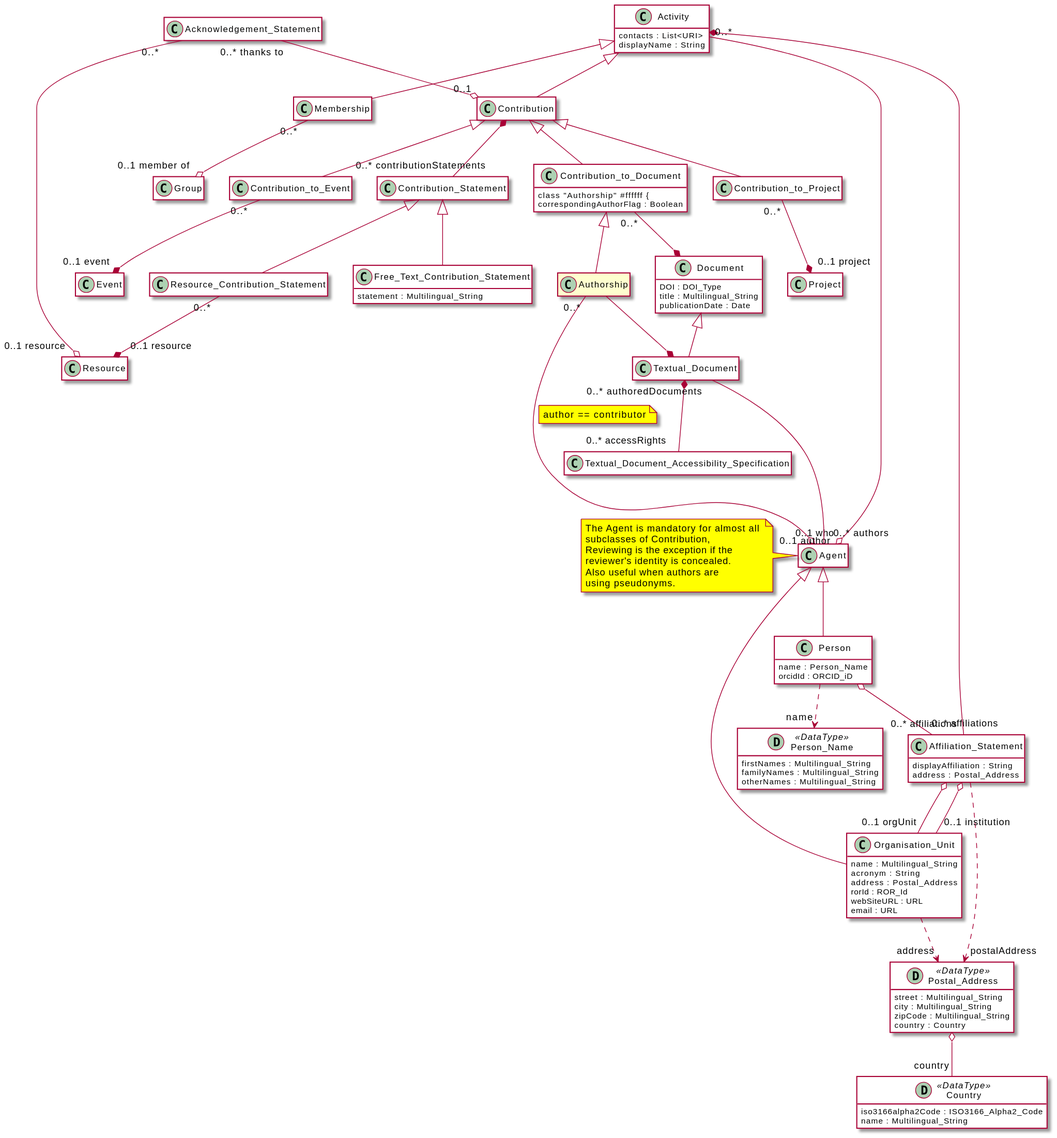
This is diagrams/core.svg from EuroCRIS/CERIF-Core, a PlantUML export, as it was before one commit.
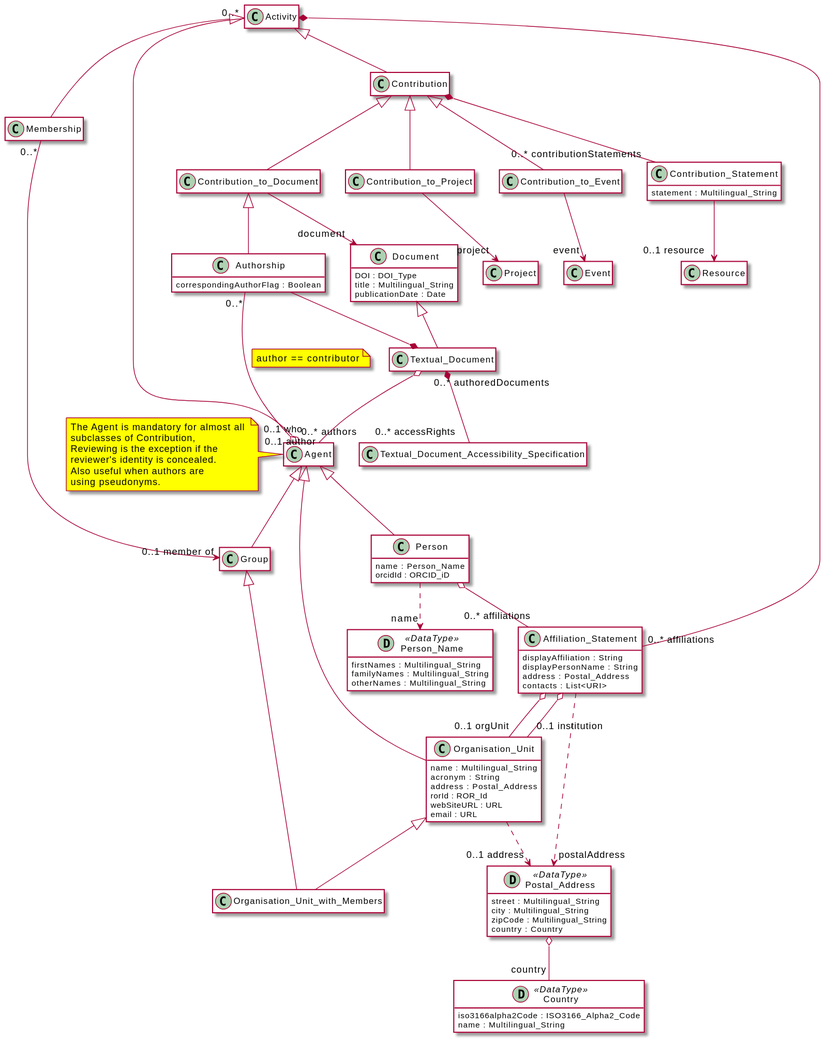
After the commit.

The edit, as a diff of the source:
```diff
@@ -37,31 +37,37 @@
     !endsub
 
    !startsub Person
-    class "Person" #ffffff {
-        name : Person_Name
-        orcidId : ORCID_iD
-    }
+        class "Person" #ffffff {
+            name : Person_Name
+            orcidId : ORCID_iD
+        }
 
-    datatype("Person_Name") {
-        firstNames : Multilingual_String
-        familyNames : Multilingual_String
-        otherNames : Multilingual_String
-    }
+        datatype("Person_Name") {
+            firstNames : Multilingual_String
+            familyNames : Multilingual_String
+            otherNames : Multilingual_String
+        }
     !endsub
 
     !startsub Activity
-    class "Activity" #ffffff {
-        contacts : List<URI>
-        displayName : String
-    }
+        class "Activity" #ffffff {
+        }
     !endsub
 
     !startsub Membership
         class "Membership" #ffffff {
         }
+    !endsub
+
+    !startsub Group
         class "Group" #ffffff {
         }
     !endsub
+
+    !startsub OrgUnitWithMembers
+            class "Organisation_Unit_with_Members" #ffffff {
+            }
+        !endsub
 
     !startsub ContributionToProject
         class "Contribution_to_Project" #ffffff {
@@ -83,17 +89,9 @@
         class "Contribution" #ffffff {
         }
 
-        class "Acknowledgement_Statement" #ffffff {
-        }
 
         class "Contribution_Statement" #ffffff {
-        }
-
-        class "Free_Text_Contribution_Statement" #ffffff {
             statement : Multilingual_String
-        }
-
-        class "Resource_Contribution_Statement" #ffffff {
         }
 
         class "Resource" #ffffff {
@@ -105,6 +103,7 @@
         class "Contribution_to_Document" #ffffff {
         }
     !endsub
+
     !startsub Authorship
         class "Authorship" #ffffff {
             correspondingAuthorFlag : Boolean
@@ -127,104 +126,139 @@
     !startsub AffiliationStatement
         class "Affiliation_Statement" #ffffff {
             displayAffiliation : String
+            displayPersonName : String
             address : Postal_Address
+            contacts : List<URI>
         }
     !endsub AffiliationStatement
 
     !startsub PostalAddress
-    "Postal_Address" o-- "country" "Country"
+        "Postal_Address" o-- "country" "Country"
     !endsub
-    !startsub AffiliationStatement
+
+    !startsub PostalAddress
         "Affiliation_Statement" ..> "postalAddress" "Postal_Address"
     !endsub
+
     !startsub AffiliationStatement
         "Affiliation_Statement" o-- "0..1 orgUnit" "Organisation_Unit"
     !endsub
+
     !startsub AffiliationStatement
         "Affiliation_Statement" o-- "0..1 institution" "Organisation_Unit"
     !endsub
+
     !startsub AffiliationStatement
         "Person" o-- "0..* affiliations" "Affiliation_Statement"
     !endsub
+
     !startsub AffiliationStatement
         "Activity" *-- "0..* affiliations" "Affiliation_Statement"
     !endsub
+
     !startsub Contribution
         "Contribution" *-- "0..* contributionStatements" "Contribution_Statement"
     !endsub
-    !startsub Contribution
-        "Contribution_Statement" <|-- "Free_Text_Contribution_Statement"
+
+    !startsub ContributionToDocument
+        "Contribution_to_Document" --> "document" "Document"
     !endsub
-    !startsub Contribution
-        "Contribution_Statement" <|-- "Resource_Contribution_Statement"
-    !endsub
-    !startsub ContributionToDocument
-        "Contribution_to_Document" "0..*" --* "Document"
-    !endsub
+
     !startsub Activity
         "Activity" "0..*" --o "0..1 who" "Agent"
     !endsub
+
     !startsub Authorship
         "Authorship" --* "Textual_Document"
     !endsub
+
     !startsub Authorship
         "Contribution_to_Document" <|-- "Authorship"
     !endsub
+
     !startsub ContributionToDocument
         "Contribution" <|-- "Contribution_to_Document"
     !endsub
+
     !startsub ContributionToProject
         "Contribution" <|-- "Contribution_to_Project"
     !endsub
+
     !startsub ContributionToProject
-        "Contribution_to_Project" "0..*" --* "0..1 project" "Project"
+        "Contribution_to_Project" --> "project" "Project"
     !endsub
+
     !startsub ContributionToEvent
         "Contribution" <|-- "Contribution_to_Event"
     !endsub
+
     !startsub ContributionToEvent
-        "Contribution_to_Event" "0..*" --* "0..1 event" "Event"
+        "Contribution_to_Event" --> "event" "Event"
     !endsub
+
     !startsub Contribution
         "Activity" <|-- "Contribution"
     !endsub
+
     !startsub Membership
         "Activity" <|-- "Membership"
     !endsub
+
     !startsub Membership
-        "Membership" "0..*" --o "0..1 member of" "Group"
+        "Membership" "0..*" --> "0..1 member of" "Group"
     !endsub
+
+
+
     !startsub Contribution
-        "Acknowledgement_Statement" "0..* thanks to" --o "0..1" "Contribution"
+        "Contribution_Statement" --> "0..1 resource" "Resource"
     !endsub
-    !startsub Contribution
-        "Acknowledgement_Statement" "0..*" --o "0..1 resource" "Resource"
-    !endsub
-    !startsub Contribution
-        "Resource_Contribution_Statement" "0..*" --* "0..1 resource" "Resource"
-    !endsub
+
     !startsub Authorship
         "Authorship" "0..*" --o "0..1 author" "Agent"
     !endsub
+
     note on link #yellow: author == contributor
+
     !startsub Person
         "Person" ..> "name" "Person_Name"
     !endsub
+
     !startsub Person
         "Agent" <|-- "Person"
     !endsub
+
     !startsub OrgUnit
         "Agent" <|-- "Organisation_Unit"
     !endsub
-    !startsub OrgUnit
-        "Organisation_Unit" ..> "address" "Postal_Address"
+
+    !startsub PostalAddress
+        "Organisation_Unit" ..> "0..1 address" "Postal_Address"
     !endsub
+
+    !startsub Group
+        "Agent" <|-- "Group"
+    !endsub
+
+    !startsub OrgUnitWithMembers
+        "Group" <|-- "Organisation_Unit_with_Members"
+    !endsub
+
+    !startsub OrgUnitWithMembers
+        "Organisation_Unit" <|-- "Organisation_Unit_with_Members"
+    !endsub
+
     !startsub Document
         "Document" <|-- "Textual_Document"
     !endsub
-    "Textual_Document" *-- "0..* accessRights" "Textual_Document_Accessibility_Specification"
+
+    !startsub AccessRights
+        "Textual_Document" *-- "0..* accessRights" "Textual_Document_Accessibility_Specification"
+    !endsub
+
     !startsub Authorship
-        "Textual_Document" "0..* authoredDocuments" --- "0..* authors" "Agent"
+        "Textual_Document" "0..* authoredDocuments" o-- "0..* authors" "Agent"
     !endsub
+
     note left of Agent #yellow: The Agent is mandatory for almost all \nsubclasses of Contribution,\nReviewing is the exception if the \nreviewer's identity is concealed. \nAlso useful when authors are \nusing pseudonyms.
 @enduml
```
